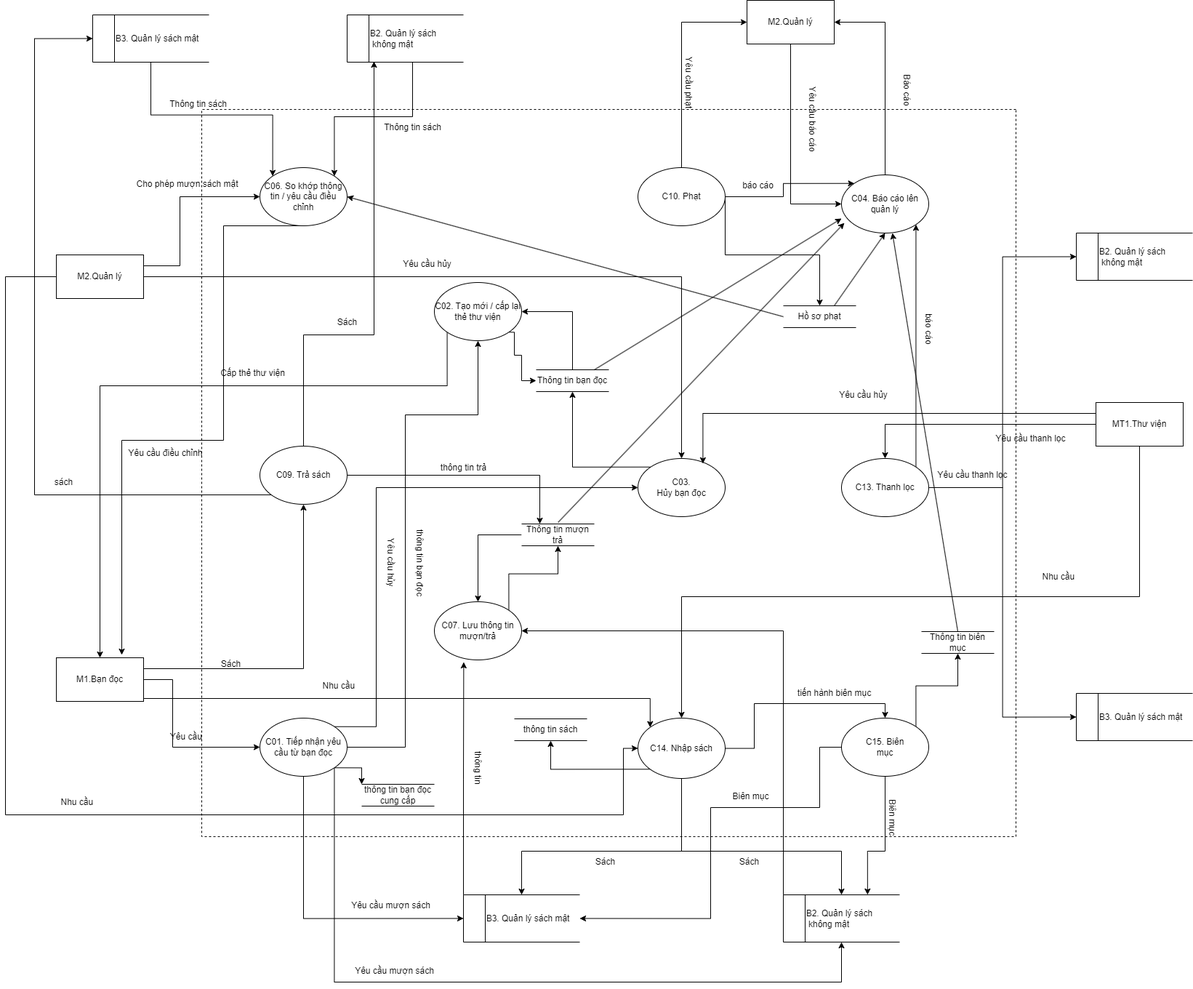
vqh17062001/PTTKHT keeps this draw.io diagram as bài tap lớn/DFD-DFD_2_THuthu.drawio.png. Above is the earlier version. Source tidied: cells renumbered, new cells last; positions are measured from the earlier drawing's top-left corner, leaving out a move shared by most shapes.
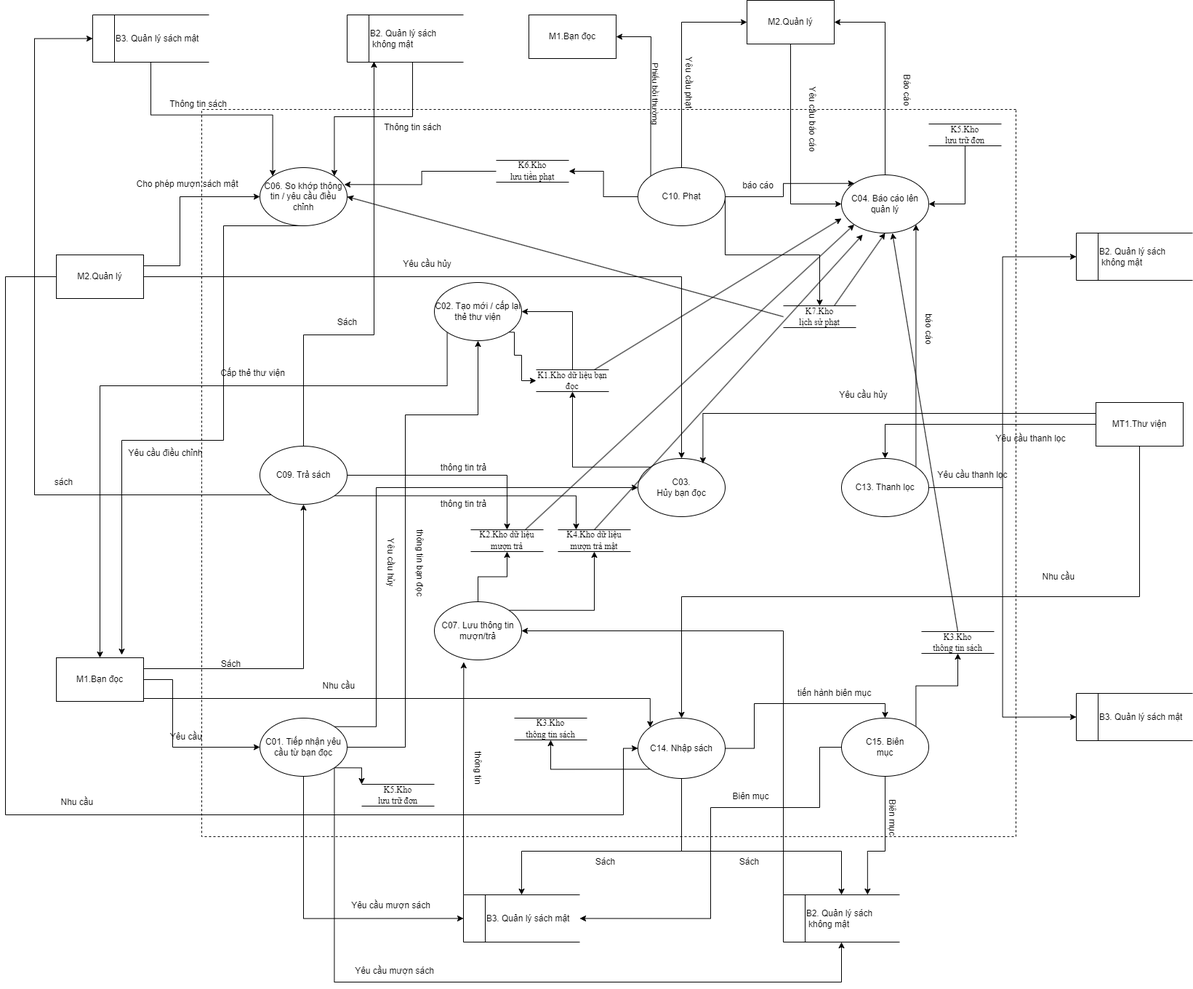
Later version of the same file.

Change to the diagram source:
```diff
@@ -13,6 +13,11 @@
         </Array>
       </mxGeometry>
     </mxCell>
+    <mxCell id="110" value="Phiếu bồi thường" style="edgeLabel;html=1;align=center;verticalAlign=middle;rotation=90;" parent="2" vertex="1">
+      <mxGeometry x="-0.77" y="-5" relative="1" as="geometry">
+        <mxPoint x="-3" y="-17" as="offset" />
+      </mxGeometry>
+    </mxCell>
     <mxCell id="3" value="&lt;span style=&quot;white-space: pre;&quot;&gt;&#9;&lt;/span&gt;B2. Quản&amp;nbsp;&lt;span style=&quot;text-align: center;&quot;&gt;lý sách&amp;nbsp; &amp;nbsp; &amp;nbsp; &amp;nbsp; &amp;nbsp; &amp;nbsp; &amp;nbsp; &amp;nbsp; &amp;nbsp; &amp;nbsp; &amp;nbsp;không mật&lt;/span&gt;" style="html=1;dashed=0;whiteSpace=wrap;shape=mxgraph.dfd.dataStoreID;align=left;spacingLeft=3;points=[[0,0],[0.5,0],[1,0],[0,0.5],[1,0.5],[0,1],[0.5,1],[1,1]];" parent="1" vertex="1">
       <mxGeometry x="1473" y="320" width="160" height="65" as="geometry" />
     </mxCell>
@@ -129,9 +134,12 @@
     <mxCell id="23" value="C06.&amp;nbsp;&lt;span style=&quot;text-align: left;&quot; lang=&quot;VI&quot;&gt;So khớp thông tin / yêu cầu điều chỉnh&lt;/span&gt;" style="ellipse;whiteSpace=wrap;html=1;" parent="1" vertex="1">
       <mxGeometry x="350" y="230" width="120" height="80" as="geometry" />
     </mxCell>
-    <mxCell id="24" style="edgeStyle=orthogonalEdgeStyle;rounded=0;jettySize=auto;html=1;exitX=1;exitY=0;exitDx=0;exitDy=0;entryX=0.5;entryY=1;entryDx=0;entryDy=0;" parent="1" edge="1" source="25" target="66">
+    <mxCell id="24" style="edgeStyle=orthogonalEdgeStyle;rounded=0;jettySize=auto;html=1;exitX=1;exitY=0;exitDx=0;exitDy=0;entryX=0.5;entryY=1;entryDx=0;entryDy=0;" parent="1" edge="1" source="25" target="116">
       <mxGeometry relative="1" as="geometry" />
     </mxCell>
+    <mxCell id="111" style="edgeStyle=orthogonalEdgeStyle;rounded=0;jettySize=auto;html=1;entryX=0.5;entryY=1;entryDx=0;entryDy=0;" parent="1" edge="1" source="25" target="115">
+      <mxGeometry relative="1" as="geometry" />
+    </mxCell>
     <mxCell id="25" value="C07. Lưu thông tin mượn/trả" style="ellipse;whiteSpace=wrap;html=1;" parent="1" vertex="1">
       <mxGeometry x="590" y="827" width="120" height="80" as="geometry" />
     </mxCell>
@@ -153,6 +161,17 @@
     <mxCell id="28" style="edgeStyle=orthogonalEdgeStyle;rounded=0;jettySize=auto;html=1;entryX=0;entryY=0;entryDx=0;entryDy=0;" parent="1" edge="1" source="29" target="39">
       <mxGeometry relative="1" as="geometry" />
     </mxCell>
+    <mxCell id="112" style="edgeStyle=orthogonalEdgeStyle;rounded=0;jettySize=auto;html=1;exitX=0;exitY=0;exitDx=0;exitDy=0;entryX=1;entryY=0.5;entryDx=0;entryDy=0;" parent="1" edge="1" source="29" target="118">
+      <mxGeometry relative="1" as="geometry">
+        <Array as="points">
+          <mxPoint x="888" y="155" />
+          <mxPoint x="888" y="50" />
+        </Array>
+      </mxGeometry>
+    </mxCell>
+    <mxCell id="113" style="edgeStyle=orthogonalEdgeStyle;rounded=0;jettySize=auto;html=1;entryX=1;entryY=0.5;entryDx=0;entryDy=0;" parent="1" edge="1" source="29" target="119">
+      <mxGeometry relative="1" as="geometry" />
+    </mxCell>
     <mxCell id="29" value="C10. Phạt" style="ellipse;whiteSpace=wrap;html=1;" parent="1" vertex="1">
       <mxGeometry x="870" y="230" width="120" height="80" as="geometry" />
     </mxCell>
@@ -181,7 +200,7 @@
         </Array>
       </mxGeometry>
     </mxCell>
-    <mxCell id="33" style="edgeStyle=orthogonalEdgeStyle;rounded=0;jettySize=auto;html=1;exitX=0;exitY=1;exitDx=0;exitDy=0;entryX=0.5;entryY=1;entryDx=0;entryDy=0;" parent="1" edge="1" source="34" target="107">
+    <mxCell id="33" style="edgeStyle=orthogonalEdgeStyle;rounded=0;jettySize=auto;html=1;exitX=0;exitY=1;exitDx=0;exitDy=0;entryX=0.5;entryY=1;entryDx=0;entryDy=0;" parent="1" edge="1" source="34" target="117">
       <mxGeometry relative="1" as="geometry" />
     </mxCell>
     <mxCell id="34" value="C14. Nhập sách" style="ellipse;whiteSpace=wrap;html=1;" parent="1" vertex="1">
@@ -240,8 +259,12 @@
     <mxCell id="44" value="C03.&lt;br&gt;Hủy bạn đọc" style="ellipse;whiteSpace=wrap;html=1;" parent="1" vertex="1">
       <mxGeometry x="870" y="630" width="120" height="80" as="geometry" />
     </mxCell>
-    <mxCell id="45" style="edgeStyle=orthogonalEdgeStyle;rounded=0;jettySize=auto;html=1;entryX=0.25;entryY=0;entryDx=0;entryDy=0;" parent="1" edge="1" source="47" target="66">
-      <mxGeometry relative="1" as="geometry" />
+    <mxCell id="45" style="edgeStyle=orthogonalEdgeStyle;rounded=0;jettySize=auto;html=1;entryX=0.5;entryY=0;entryDx=0;entryDy=0;" parent="1" edge="1" source="47" target="115">
+      <mxGeometry relative="1" as="geometry">
+        <Array as="points">
+          <mxPoint x="690" y="653" />
+        </Array>
+      </mxGeometry>
     </mxCell>
     <mxCell id="46" style="edgeStyle=orthogonalEdgeStyle;rounded=0;jettySize=auto;html=1;entryX=0;entryY=0.5;entryDx=0;entryDy=0;" parent="1" edge="1" source="47" target="61">
       <mxGeometry relative="1" as="geometry">
@@ -251,6 +274,9 @@
         </Array>
       </mxGeometry>
     </mxCell>
+    <mxCell id="114" style="edgeStyle=orthogonalEdgeStyle;rounded=0;jettySize=auto;html=1;exitX=1;exitY=1;exitDx=0;exitDy=0;entryX=0.25;entryY=0;entryDx=0;entryDy=0;" parent="1" edge="1" source="47" target="116">
+      <mxGeometry relative="1" as="geometry" />
+    </mxCell>
     <mxCell id="47" value="C09. Trả sách" style="ellipse;whiteSpace=wrap;html=1;" parent="1" vertex="1">
       <mxGeometry x="350" y="613" width="120" height="80" as="geometry" />
     </mxCell>
@@ -298,7 +324,7 @@
         </Array>
       </mxGeometry>
     </mxCell>
-    <mxCell id="59" value="Hồ sơ phạt" style="html=1;dashed=0;whiteSpace=wrap;shape=partialRectangle;right=0;left=0;" parent="1" vertex="1">
+    <mxCell id="59" value="&lt;span style=&quot;font-family: &amp;quot;Times New Roman&amp;quot;, serif;&quot;&gt;K7.Kho&lt;/span&gt;&lt;br style=&quot;font-family: &amp;quot;Times New Roman&amp;quot;, serif;&quot;&gt;&lt;span style=&quot;font-family: &amp;quot;Times New Roman&amp;quot;, serif;&quot;&gt;lịch sử phạt&lt;/span&gt;" style="html=1;dashed=0;whiteSpace=wrap;shape=partialRectangle;right=0;left=0;" parent="1" vertex="1">
       <mxGeometry x="1070" y="420" width="100" height="30" as="geometry" />
     </mxCell>
     <mxCell id="60" style="edgeStyle=orthogonalEdgeStyle;rounded=0;jettySize=auto;html=1;exitX=0.5;exitY=1;exitDx=0;exitDy=0;entryX=0;entryY=0;entryDx=0;entryDy=0;" parent="1" edge="1" source="61" target="23">
@@ -321,26 +347,14 @@
     <mxCell id="64" style="edgeStyle=orthogonalEdgeStyle;rounded=0;jettySize=auto;html=1;exitX=0;exitY=0.25;exitDx=0;exitDy=0;entryX=0.745;entryY=0.087;entryDx=0;entryDy=0;entryPerimeter=0;" parent="1" edge="1" source="11" target="44">
       <mxGeometry relative="1" as="geometry" />
     </mxCell>
-    <mxCell id="65" style="edgeStyle=orthogonalEdgeStyle;rounded=0;jettySize=auto;html=1;entryX=0.5;entryY=0;entryDx=0;entryDy=0;" parent="1" edge="1" source="66" target="25">
-      <mxGeometry relative="1" as="geometry">
-        <Array as="points">
-          <mxPoint x="650" y="735" />
-        </Array>
-      </mxGeometry>
-    </mxCell>
-    <mxCell id="66" value="Thông tin mượn trả" style="html=1;dashed=0;whiteSpace=wrap;shape=partialRectangle;right=0;left=0;" parent="1" vertex="1">
-      <mxGeometry x="710" y="720" width="100" height="30" as="geometry" />
-    </mxCell>
     <mxCell id="67" style="edgeStyle=orthogonalEdgeStyle;rounded=0;jettySize=auto;html=1;exitX=0.5;exitY=0;exitDx=0;exitDy=0;entryX=1;entryY=0.5;entryDx=0;entryDy=0;" parent="1" edge="1" source="68" target="42">
       <mxGeometry relative="1" as="geometry" />
     </mxCell>
-    <mxCell id="68" value="Thông tin bạn đọc" style="html=1;dashed=0;whiteSpace=wrap;shape=partialRectangle;right=0;left=0;" parent="1" vertex="1">
+    <mxCell id="68" value="&lt;span style=&quot;font-family: &amp;quot;Times New Roman&amp;quot;, serif;&quot;&gt;K1.Kho dữ liệu bạn đọc&lt;/span&gt;" style="html=1;dashed=0;whiteSpace=wrap;shape=partialRectangle;right=0;left=0;" parent="1" vertex="1">
       <mxGeometry x="730" y="508" width="100" height="30" as="geometry" />
     </mxCell>
-    <mxCell id="69" style="endArrow=classic;html=1;rounded=0;entryX=0.033;entryY=0.826;entryDx=0;entryDy=0;entryPerimeter=0;" parent="1" edge="1" target="39">
-      <mxGeometry relative="1" as="geometry">
-        <mxPoint x="760" y="718" as="sourcePoint" />
-      </mxGeometry>
+    <mxCell id="69" style="endArrow=classic;html=1;rounded=0;entryX=0.243;entryY=1.027;entryDx=0;entryDy=0;entryPerimeter=0;exitX=0.5;exitY=0;exitDx=0;exitDy=0;" parent="1" edge="1" source="116" target="39">
+      <mxGeometry relative="1" as="geometry" />
     </mxCell>
     <mxCell id="70" style="endArrow=classic;html=1;rounded=0;" parent="1" edge="1">
       <mxGeometry relative="1" as="geometry">
@@ -353,7 +367,7 @@
         <mxPoint x="1140" y="420" as="sourcePoint" />
       </mxGeometry>
     </mxCell>
-    <mxCell id="72" value="Thông tin biên mục" style="html=1;dashed=0;whiteSpace=wrap;shape=partialRectangle;right=0;left=0;" parent="1" vertex="1">
+    <mxCell id="72" value="&lt;span style=&quot;font-family: &amp;quot;Times New Roman&amp;quot;, serif;&quot;&gt;K3.Kho&lt;/span&gt;&lt;br style=&quot;font-family: &amp;quot;Times New Roman&amp;quot;, serif;&quot;&gt;&lt;span style=&quot;font-family: &amp;quot;Times New Roman&amp;quot;, serif;&quot;&gt;thông tin sách&lt;/span&gt;" style="html=1;dashed=0;whiteSpace=wrap;shape=partialRectangle;right=0;left=0;" parent="1" vertex="1">
       <mxGeometry x="1260" y="868" width="100" height="30" as="geometry" />
     </mxCell>
     <mxCell id="73" style="endArrow=classic;html=1;rounded=0;exitX=0.5;exitY=0;exitDx=0;exitDy=0;" parent="1" edge="1" source="72">
@@ -465,14 +479,41 @@
     <mxCell id="106" value="báo cáo" style="text;html=1;align=center;verticalAlign=middle;strokeColor=none;fillColor=none;" parent="1" vertex="1">
       <mxGeometry x="1000" y="240" width="70" height="30" as="geometry" />
     </mxCell>
-    <mxCell id="107" value="thông tin sách" style="html=1;dashed=0;whiteSpace=wrap;shape=partialRectangle;right=0;left=0;" parent="1" vertex="1">
-      <mxGeometry x="700" y="988" width="100" height="30" as="geometry" />
-    </mxCell>
-    <mxCell id="108" value="thông tin bạn đọc cung cấp" style="html=1;dashed=0;whiteSpace=wrap;shape=partialRectangle;right=0;left=0;" parent="1" vertex="1">
+    <mxCell id="108" value="&lt;span style=&quot;font-family: &amp;quot;Times New Roman&amp;quot;, serif;&quot;&gt;K5.Kho&lt;/span&gt;&lt;br style=&quot;font-family: &amp;quot;Times New Roman&amp;quot;, serif;&quot;&gt;&lt;span style=&quot;font-family: &amp;quot;Times New Roman&amp;quot;, serif;&quot;&gt;lưu trữ đơn&lt;/span&gt;" style="html=1;dashed=0;whiteSpace=wrap;shape=partialRectangle;right=0;left=0;" parent="1" vertex="1">
       <mxGeometry x="490" y="1078" width="100" height="30" as="geometry" />
     </mxCell>
     <mxCell id="109" value="báo cáo&amp;nbsp;" style="text;html=1;align=center;verticalAlign=middle;strokeColor=none;fillColor=none;rotation=90;" parent="1" vertex="1">
       <mxGeometry x="1235" y="438" width="70" height="30" as="geometry" />
     </mxCell>
+    <mxCell id="115" value="&lt;span style=&quot;line-height: 130%; font-family: &amp;quot;Times New Roman&amp;quot;, serif;&quot; lang=&quot;EN-GB&quot;&gt;&lt;font style=&quot;font-size: 12px;&quot;&gt;K2.Kho dữ liệu mượn trả&lt;/font&gt;&lt;/span&gt;" style="html=1;dashed=0;whiteSpace=wrap;shape=partialRectangle;right=0;left=0;" parent="1" vertex="1">
+      <mxGeometry x="640" y="728" width="100" height="30" as="geometry" />
+    </mxCell>
+    <mxCell id="116" value="&lt;span style=&quot;line-height: 130%; font-family: &amp;quot;Times New Roman&amp;quot;, serif;&quot; lang=&quot;VI&quot;&gt;&lt;font style=&quot;font-size: 12px;&quot;&gt;K4.Kho dữ liệu mượn trả mật&lt;/font&gt;&lt;/span&gt;" style="html=1;dashed=0;whiteSpace=wrap;shape=partialRectangle;right=0;left=0;" parent="1" vertex="1">
+      <mxGeometry x="760" y="728" width="100" height="30" as="geometry" />
+    </mxCell>
+    <mxCell id="117" value="&lt;span style=&quot;line-height: 130%; font-family: &amp;quot;Times New Roman&amp;quot;, serif;&quot; lang=&quot;VI&quot;&gt;K3.Kho&lt;br/&gt;thông tin sách&lt;/span&gt;" style="html=1;dashed=0;whiteSpace=wrap;shape=partialRectangle;right=0;left=0;" parent="1" vertex="1">
+      <mxGeometry x="700" y="987" width="100" height="30" as="geometry" />
+    </mxCell>
+    <mxCell id="118" value="M1.Bạn đọc" style="rounded=0;whiteSpace=wrap;html=1;" parent="1" vertex="1">
+      <mxGeometry x="720" y="20" width="120" height="60" as="geometry" />
+    </mxCell>
+    <mxCell id="119" value="&lt;span style=&quot;line-height: 130%; font-family: &amp;quot;Times New Roman&amp;quot;, serif;&quot; lang=&quot;VI&quot;&gt;&lt;font style=&quot;font-size: 12px;&quot;&gt;K6.Kho&lt;br/&gt;lưu tiền phạt&lt;/font&gt;&lt;/span&gt;" style="html=1;dashed=0;whiteSpace=wrap;shape=partialRectangle;right=0;left=0;" parent="1" vertex="1">
+      <mxGeometry x="675" y="220" width="100" height="30" as="geometry" />
+    </mxCell>
+    <mxCell id="120" style="endArrow=classic;html=1;rounded=0;exitX=0.75;exitY=0;exitDx=0;exitDy=0;entryX=0;entryY=1;entryDx=0;entryDy=0;" parent="1" edge="1" source="115" target="39">
+      <mxGeometry relative="1" as="geometry" />
+    </mxCell>
+    <mxCell id="121" value="thông tin trả" style="text;html=1;align=center;verticalAlign=middle;strokeColor=none;fillColor=none;" parent="1" vertex="1">
+      <mxGeometry x="585" y="678" width="90" height="30" as="geometry" />
+    </mxCell>
+    <mxCell id="122" style="edgeStyle=orthogonalEdgeStyle;rounded=0;jettySize=auto;html=1;entryX=1;entryY=0.5;entryDx=0;entryDy=0;" parent="1" edge="1" source="123" target="39">
+      <mxGeometry relative="1" as="geometry" />
+    </mxCell>
+    <mxCell id="123" value="&lt;span style=&quot;font-family: &amp;quot;Times New Roman&amp;quot;, serif;&quot;&gt;K5.Kho&lt;/span&gt;&lt;br style=&quot;font-family: &amp;quot;Times New Roman&amp;quot;, serif;&quot;&gt;&lt;span style=&quot;font-family: &amp;quot;Times New Roman&amp;quot;, serif;&quot;&gt;lưu trữ đơn&lt;/span&gt;" style="html=1;dashed=0;whiteSpace=wrap;shape=partialRectangle;right=0;left=0;" parent="1" vertex="1">
+      <mxGeometry x="1270" y="170" width="100" height="30" as="geometry" />
+    </mxCell>
+    <mxCell id="124" style="edgeStyle=orthogonalEdgeStyle;rounded=0;jettySize=auto;html=1;entryX=0.967;entryY=0.291;entryDx=0;entryDy=0;entryPerimeter=0;" parent="1" edge="1" source="119" target="23">
+      <mxGeometry relative="1" as="geometry" />
+    </mxCell>
   </root>
 </mxGraphModel>
```
